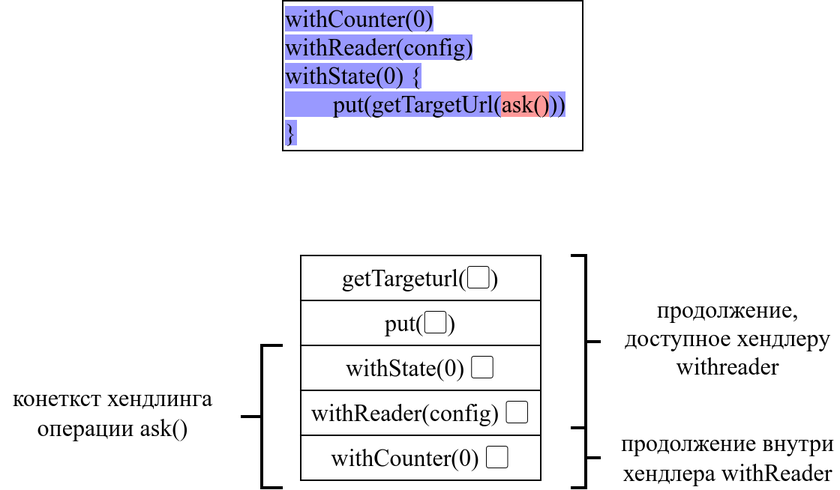
The draw.io diagram attachments/figures/handlingContextIsSplitted.png in heli0dus/master_diploma, before a commit. Source tidied: cells renumbered, new cells last; positions are measured from the earlier drawing's top-left corner, leaving out a move shared by most shapes. The source it was exported from:
```xml
<mxGraphModel>
  <root>
    <mxCell id="0" />
    <mxCell id="1" parent="0" />
    <mxCell id="2" value="&lt;div&gt;&lt;span style=&quot;background-color: rgb(153, 153, 255);&quot;&gt;withCounter(0)&lt;/span&gt;&lt;/div&gt;&lt;span style=&quot;background-color: rgb(153, 153, 255);&quot;&gt;withReader(config)&lt;/span&gt;&lt;div&gt;&lt;span style=&quot;background-color: rgb(153, 153, 255);&quot;&gt;withState(0) {&lt;/span&gt;&lt;/div&gt;&lt;div&gt;&lt;span style=&quot;&quot;&gt;&lt;span style=&quot;background-color: rgb(153, 153, 255);&quot;&gt;&lt;span style=&quot;white-space: pre;&quot;&gt;&#9;&lt;/span&gt;put(getTargetUrl(&lt;/span&gt;&lt;span style=&quot;background-color: rgb(255, 153, 153);&quot;&gt;ask()&lt;/span&gt;&lt;span style=&quot;background-color: rgb(153, 153, 255);&quot;&gt;))&lt;br&gt;&lt;/span&gt;&lt;/span&gt;&lt;/div&gt;&lt;div&gt;&lt;span style=&quot;background-color: rgb(153, 153, 255);&quot;&gt;}&lt;/span&gt;&lt;/div&gt;" style="rounded=0;whiteSpace=wrap;html=1;fontFamily=Times New Roman;fontSize=16;labelBackgroundColor=default;align=left;" parent="1" vertex="1">
      <mxGeometry x="188" width="200" height="100" as="geometry" />
    </mxCell>
    <mxCell id="3" value="withCounter(0)&amp;nbsp;&lt;span style=&quot;background-color: rgb(255, 255, 255);&quot;&gt;▢&lt;/span&gt;" style="rounded=0;whiteSpace=wrap;html=1;fontFamily=Times New Roman;fontSize=16;" parent="1" vertex="1">
      <mxGeometry x="200" y="290" width="160" height="30" as="geometry" />
    </mxCell>
    <mxCell id="4" value="withReader(config)&amp;nbsp;&lt;span style=&quot;background-color: rgb(255, 255, 255);&quot;&gt;▢&lt;/span&gt;" style="rounded=0;whiteSpace=wrap;html=1;fontFamily=Times New Roman;fontSize=16;" parent="1" vertex="1">
      <mxGeometry x="200" y="260" width="160" height="30" as="geometry" />
    </mxCell>
    <mxCell id="5" value="withState(0)&amp;nbsp;&lt;span style=&quot;background-color: rgb(255, 255, 255);&quot;&gt;▢&lt;/span&gt;" style="rounded=0;whiteSpace=wrap;html=1;fontFamily=Times New Roman;fontSize=16;" parent="1" vertex="1">
      <mxGeometry x="200" y="230" width="160" height="30" as="geometry" />
    </mxCell>
    <mxCell id="6" value="&lt;span style=&quot;background-color: rgb(255, 255, 255);&quot;&gt;put(&lt;/span&gt;&lt;span style=&quot;background-color: rgb(255, 255, 255);&quot;&gt;▢)&lt;/span&gt;" style="rounded=0;whiteSpace=wrap;html=1;fontFamily=Times New Roman;fontSize=16;" parent="1" vertex="1">
      <mxGeometry x="200" y="200" width="160" height="30" as="geometry" />
    </mxCell>
    <mxCell id="7" value="&lt;span style=&quot;background-color: rgb(255, 255, 255);&quot;&gt;getTargeturl(&lt;/span&gt;&lt;span style=&quot;background-color: rgb(255, 255, 255);&quot;&gt;▢)&lt;/span&gt;" style="rounded=0;whiteSpace=wrap;html=1;fontFamily=Times New Roman;fontSize=16;" parent="1" vertex="1">
      <mxGeometry x="200" y="170" width="160" height="30" as="geometry" />
    </mxCell>
    <mxCell id="8" style="strokeWidth=2;html=1;shape=mxgraph.flowchart.annotation_2;align=left;labelPosition=right;rotation=-180;" parent="1" vertex="1">
      <mxGeometry x="380" y="170" width="20" height="115" as="geometry" />
    </mxCell>
    <mxCell id="9" style="strokeWidth=2;html=1;shape=mxgraph.flowchart.annotation_2;align=left;labelPosition=right;rotation=0;" parent="1" vertex="1">
      <mxGeometry x="160" y="230" width="28" height="95" as="geometry" />
    </mxCell>
    <mxCell id="10" value="продолжение, доступное хендлеру withreader" style="text;html=1;align=center;verticalAlign=middle;whiteSpace=wrap;rounded=0;fontFamily=Times New Roman;fontSize=16;" parent="1" vertex="1">
      <mxGeometry x="410" y="210" width="150" height="30" as="geometry" />
    </mxCell>
    <mxCell id="11" style="strokeWidth=2;html=1;shape=mxgraph.flowchart.annotation_2;align=left;labelPosition=right;rotation=-180;" parent="1" vertex="1">
      <mxGeometry x="380" y="285" width="20" height="40" as="geometry" />
    </mxCell>
    <mxCell id="12" value="продолжение внутри хендлера withReader" style="text;html=1;align=center;verticalAlign=middle;whiteSpace=wrap;rounded=0;fontFamily=Times New Roman;fontSize=16;" parent="1" vertex="1">
      <mxGeometry x="410" y="290" width="150" height="30" as="geometry" />
    </mxCell>
    <mxCell id="13" value="конеткст хендлинга операции ask()" style="text;html=1;align=center;verticalAlign=middle;whiteSpace=wrap;rounded=0;fontFamily=Times New Roman;fontSize=16;" parent="1" vertex="1">
      <mxGeometry y="260" width="150" height="30" as="geometry" />
    </mxCell>
  </root>
</mxGraphModel>
```
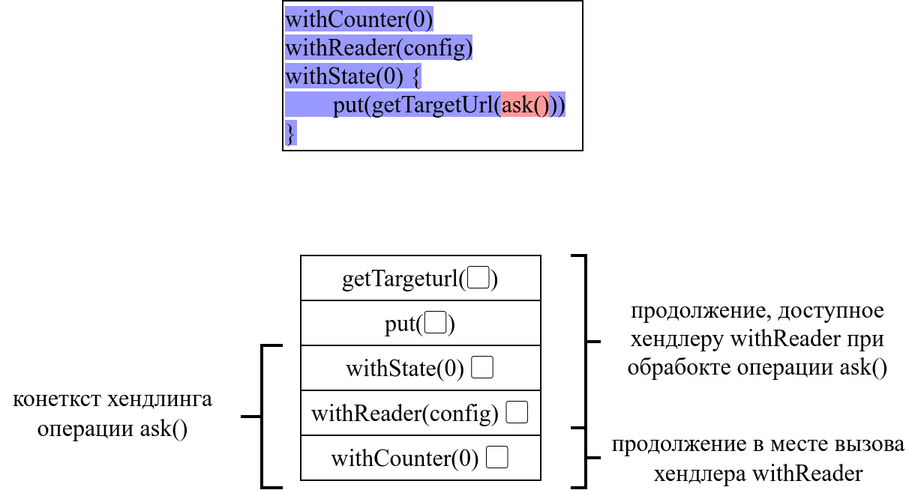
The same file after the commit.

The edit, as a diff of the source:
```diff
@@ -26,14 +26,14 @@
     <mxCell id="9" style="strokeWidth=2;html=1;shape=mxgraph.flowchart.annotation_2;align=left;labelPosition=right;rotation=0;" parent="1" vertex="1">
       <mxGeometry x="160" y="230" width="28" height="95" as="geometry" />
     </mxCell>
-    <mxCell id="10" value="продолжение, доступное хендлеру withreader" style="text;html=1;align=center;verticalAlign=middle;whiteSpace=wrap;rounded=0;fontFamily=Times New Roman;fontSize=16;" parent="1" vertex="1">
-      <mxGeometry x="410" y="210" width="150" height="30" as="geometry" />
+    <mxCell id="10" value="продолжение, доступное хендлеру withReader при обрабокте операции ask()" style="text;html=1;align=center;verticalAlign=middle;whiteSpace=wrap;rounded=0;fontFamily=Times New Roman;fontSize=16;" parent="1" vertex="1">
+      <mxGeometry x="410" y="210" width="190" height="30" as="geometry" />
     </mxCell>
     <mxCell id="11" style="strokeWidth=2;html=1;shape=mxgraph.flowchart.annotation_2;align=left;labelPosition=right;rotation=-180;" parent="1" vertex="1">
       <mxGeometry x="380" y="285" width="20" height="40" as="geometry" />
     </mxCell>
-    <mxCell id="12" value="продолжение внутри хендлера withReader" style="text;html=1;align=center;verticalAlign=middle;whiteSpace=wrap;rounded=0;fontFamily=Times New Roman;fontSize=16;" parent="1" vertex="1">
-      <mxGeometry x="410" y="290" width="150" height="30" as="geometry" />
+    <mxCell id="12" value="продолжение в месте вызова хендлера withReader" style="text;html=1;align=center;verticalAlign=middle;whiteSpace=wrap;rounded=0;fontFamily=Times New Roman;fontSize=16;" parent="1" vertex="1">
+      <mxGeometry x="402.5" y="290" width="205" height="30" as="geometry" />
     </mxCell>
     <mxCell id="13" value="конеткст хендлинга операции ask()" style="text;html=1;align=center;verticalAlign=middle;whiteSpace=wrap;rounded=0;fontFamily=Times New Roman;fontSize=16;" parent="1" vertex="1">
       <mxGeometry y="260" width="150" height="30" as="geometry" />
```
